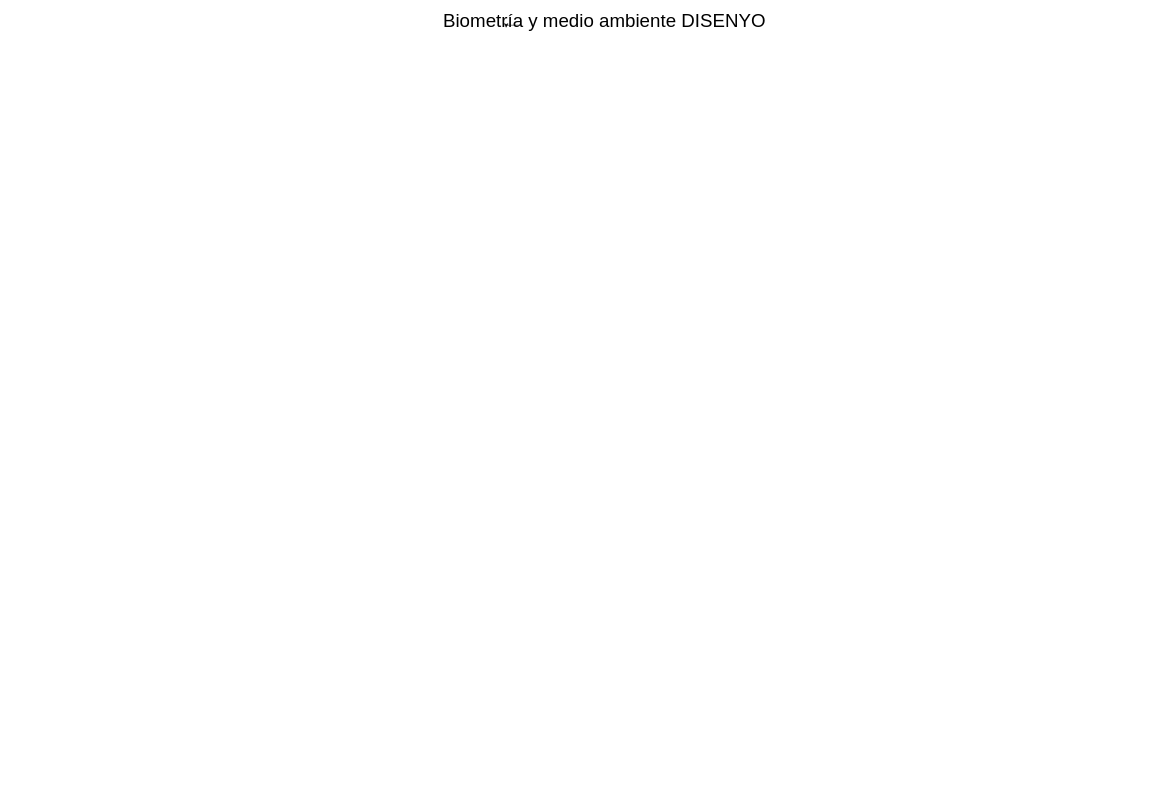
This is Disenyo_general/Screen Shot 2020-09-30 at 10.10.12.drawio from alexcp99/TEAM1NO2, a draw.io file, before an edit. Source tidied: cells renumbered, new cells numbered last; positions are measured from the earlier drawing's top-left corner, leaving out a move shared by most shapes. Both pictures are drawn from the tidied source at 52%, with x=0, y=0 at pixel (435, 15).
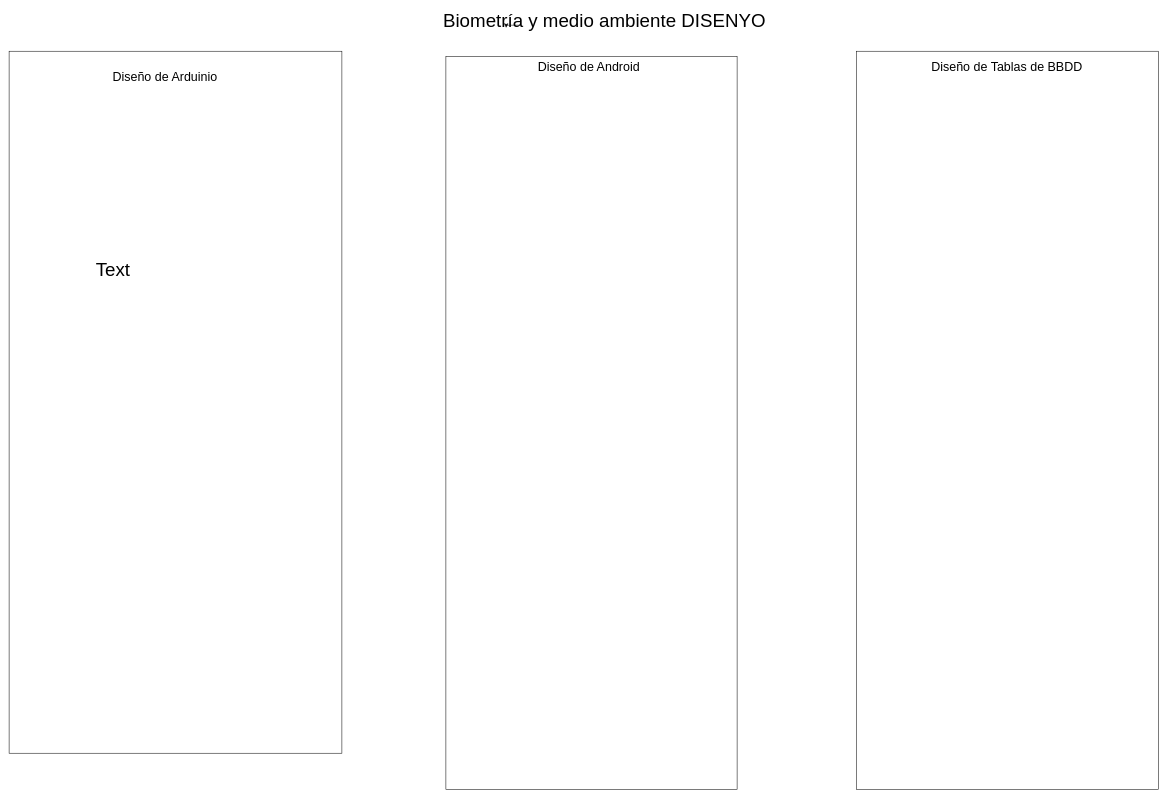
The same diagram, later.

The edit, as a diff of the source:
```diff
@@
 <mxGraphModel>
   <root>
     <mxCell id="0" />
     <mxCell id="1" parent="0" />
     <mxCell id="2" value="&lt;font style=&quot;font-size: 36px&quot;&gt;Biometría y medio ambiente DISENYO&lt;/font&gt;" style="text;html=1;strokeColor=none;fillColor=none;align=center;verticalAlign=middle;whiteSpace=wrap;rounded=0;" parent="1" vertex="1">
       <mxGeometry width="650" height="20" as="geometry" />
     </mxCell>
     <mxCell id="3" style="edgeStyle=orthogonalEdgeStyle;rounded=0;orthogonalLoop=1;jettySize=auto;html=1;exitX=0.25;exitY=1;exitDx=0;exitDy=0;entryX=0.209;entryY=1.25;entryDx=0;entryDy=0;entryPerimeter=0;" parent="1" edge="1" source="2" target="2">
       <mxGeometry relative="1" as="geometry" />
     </mxCell>
+    <mxCell id="4" style="whiteSpace=wrap;html=1;imageAspect=0;" parent="1" vertex="1">
+      <mxGeometry x="-820" y="70" width="640" height="1350" as="geometry" />
+    </mxCell>
+    <mxCell id="5" value="&lt;font style=&quot;font-size: 24px&quot;&gt;Diseño de Arduinio&lt;/font&gt;" style="text;html=1;strokeColor=none;fillColor=none;align=center;verticalAlign=middle;whiteSpace=wrap;rounded=0;" parent="1" vertex="1">
+      <mxGeometry x="-690" y="110" width="340" height="20" as="geometry" />
+    </mxCell>
+    <mxCell id="6" style="whiteSpace=wrap;html=1;" parent="1" vertex="1">
+      <mxGeometry x="20" y="80" width="560" height="1410" as="geometry" />
+    </mxCell>
+    <mxCell id="7" value="&lt;font style=&quot;font-size: 24px&quot;&gt;Diseño de Android&lt;/font&gt;" style="text;html=1;strokeColor=none;fillColor=none;align=center;verticalAlign=middle;whiteSpace=wrap;rounded=0;" parent="1" vertex="1">
+      <mxGeometry x="100" y="90" width="390" height="20" as="geometry" />
+    </mxCell>
+    <mxCell id="8" style="whiteSpace=wrap;html=1;" parent="1" vertex="1">
+      <mxGeometry x="810" y="70" width="580" height="1420" as="geometry" />
+    </mxCell>
+    <mxCell id="9" value="&lt;font style=&quot;font-size: 24px&quot;&gt;Diseño de Tablas de BBDD&lt;/font&gt;" style="text;html=1;strokeColor=none;fillColor=none;align=center;verticalAlign=middle;whiteSpace=wrap;rounded=0;" parent="1" vertex="1">
+      <mxGeometry x="904" y="90" width="390" height="20" as="geometry" />
+    </mxCell>
+    <mxCell id="10" value="&lt;font style=&quot;font-size: 36px&quot;&gt;Text&lt;/font&gt;" style="text;html=1;strokeColor=none;fillColor=none;align=center;verticalAlign=middle;whiteSpace=wrap;rounded=0;" parent="1" vertex="1">
+      <mxGeometry x="-640" y="480" width="40" height="20" as="geometry" />
+    </mxCell>
   </root>
 </mxGraphModel>
```
